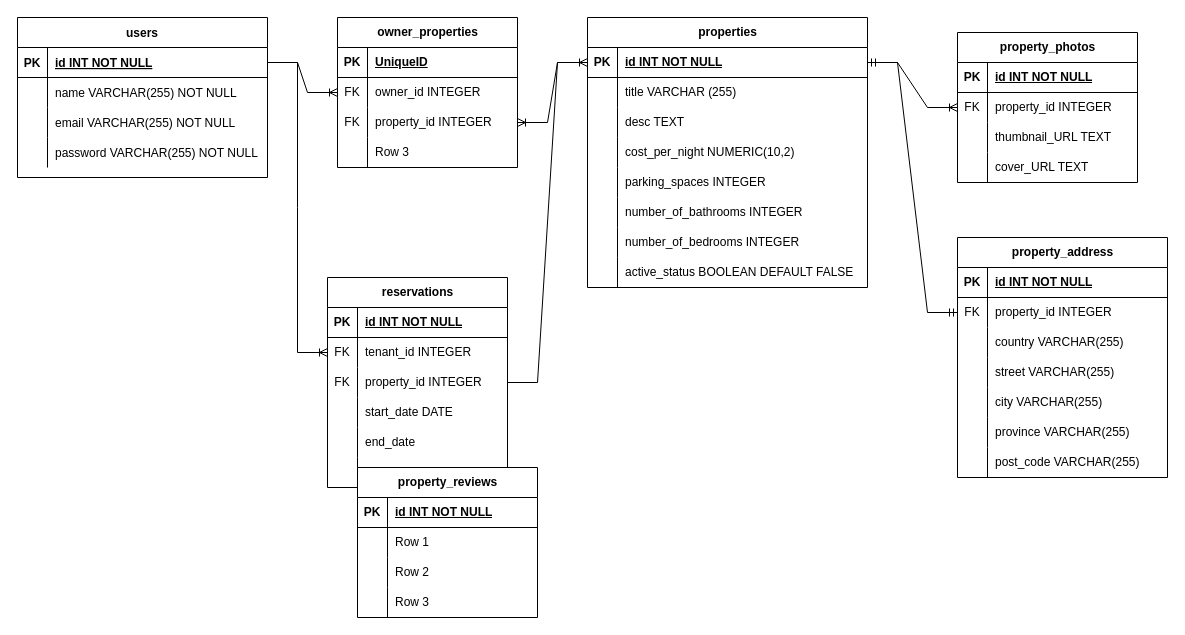
The draw.io diagram lighthouse_data_structure.drawio in Jason-Wall/lightbnb, before the edit. Source tidied: cells renumbered, new cells numbered last; positions are measured from the earlier drawing's top-left corner, leaving out a move shared by most shapes. Both pictures are drawn from the tidied source at 100%, with x=0, y=0 at pixel (17, 17).
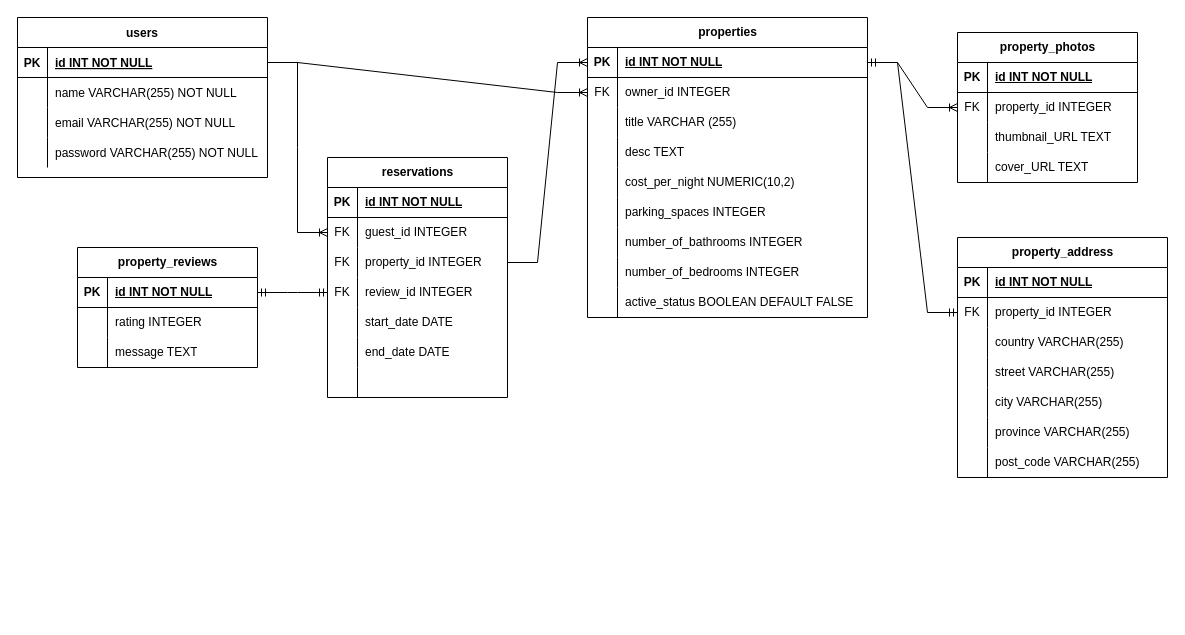
Above is the later version.

Commit message:
complete first draft

Unchanged cells that the change refers to:
```xml
<mxCell id="3" style="shape=partialRectangle;fillColor=none;points=[[0,0.5],[1,0.5]];portConstraint=eastwest;top=0;left=0;right=0;bottom=1;" parent="2" vertex="1">
  <mxGeometry y="30" width="250" height="30" as="geometry" />
</mxCell>
<mxCell id="16" style="shape=tableRow;horizontal=0;startSize=0;swimlaneHead=0;swimlaneBody=0;fillColor=none;points=[[0,0.5],[1,0.5]];portConstraint=eastwest;top=0;left=0;right=0;bottom=1;" parent="15" vertex="1">
  <mxGeometry y="30" width="280" height="30" as="geometry" />
</mxCell>
<mxCell id="44" style="shape=tableRow;horizontal=0;startSize=0;swimlaneHead=0;swimlaneBody=0;fillColor=none;points=[[0,0.5],[1,0.5]];portConstraint=eastwest;top=0;left=0;right=0;bottom=0;" parent="40" vertex="1">
  <mxGeometry y="60" width="180" height="30" as="geometry" />
</mxCell>
<mxCell id="60" style="shape=tableRow;horizontal=0;startSize=0;swimlaneHead=0;swimlaneBody=0;fillColor=none;points=[[0,0.5],[1,0.5]];portConstraint=eastwest;top=0;left=0;right=0;bottom=1;" parent="59" vertex="1">
  <mxGeometry y="30" width="180" height="30" as="geometry" />
</mxCell>
<mxCell id="63" style="shape=tableRow;horizontal=0;startSize=0;swimlaneHead=0;swimlaneBody=0;fillColor=none;top=0;left=0;right=0;bottom=0;" parent="59" vertex="1">
  <mxGeometry y="60" width="180" height="30" as="geometry" />
</mxCell>
<mxCell id="66" style="shape=tableRow;horizontal=0;startSize=0;swimlaneHead=0;swimlaneBody=0;fillColor=none;top=0;left=0;right=0;bottom=0;" parent="59" vertex="1">
  <mxGeometry y="90" width="180" height="30" as="geometry" />
</mxCell>
```

Diff of the diagram source:
```diff
@@
     <mxCell id="15" value="properties" style="shape=table;startSize=30;childLayout=tableLayout;rowLines=0;fontStyle=1;align=center;html=1;" parent="1" vertex="1">
-      <mxGeometry x="570" width="280" height="270" as="geometry" />
+      <mxGeometry x="570" width="280" height="300" as="geometry" />
     </mxCell>
@@
+    <mxCell id="126" style="shape=tableRow;horizontal=0;startSize=0;swimlaneHead=0;swimlaneBody=0;fillColor=none;points=[[0,0.5],[1,0.5]];portConstraint=eastwest;top=0;left=0;right=0;bottom=0;" parent="15" vertex="1">
+      <mxGeometry y="60" width="280" height="30" as="geometry" />
+    </mxCell>
+    <mxCell id="127" value="FK" style="shape=partialRectangle;fillColor=none;top=0;left=0;bottom=0;right=0;overflow=hidden;whiteSpace=wrap;html=1;" parent="126" vertex="1">
+      <mxGeometry width="30" height="30" as="geometry" />
+    </mxCell>
+    <mxCell id="115" value="owner_id INTEGER" style="shape=partialRectangle;fillColor=none;top=0;left=0;bottom=0;right=0;align=left;spacingLeft=6;overflow=hidden;whiteSpace=wrap;html=1;" parent="126" vertex="1">
+      <mxGeometry x="30" width="250" height="30" as="geometry" />
+    </mxCell>
     <mxCell id="19" style="shape=tableRow;horizontal=0;startSize=0;swimlaneHead=0;swimlaneBody=0;fillColor=none;top=0;left=0;right=0;bottom=0;" parent="15" vertex="1">
-      <mxGeometry y="60" width="280" height="30" as="geometry" />
+      <mxGeometry y="90" width="280" height="30" as="geometry" />
     </mxCell>
@@
     <mxCell id="22" style="shape=tableRow;horizontal=0;startSize=0;swimlaneHead=0;swimlaneBody=0;fillColor=none;top=0;left=0;right=0;bottom=0;" parent="15" vertex="1">
-      <mxGeometry y="90" width="280" height="30" as="geometry" />
+      <mxGeometry y="120" width="280" height="30" as="geometry" />
     </mxCell>
@@
     <mxCell id="25" style="shape=tableRow;horizontal=0;startSize=0;swimlaneHead=0;swimlaneBody=0;fillColor=none;top=0;left=0;right=0;bottom=0;" parent="15" vertex="1">
-      <mxGeometry y="120" width="280" height="30" as="geometry" />
+      <mxGeometry y="150" width="280" height="30" as="geometry" />
     </mxCell>
@@
     <mxCell id="28" style="shape=tableRow;horizontal=0;startSize=0;swimlaneHead=0;swimlaneBody=0;fillColor=none;top=0;left=0;right=0;bottom=0;" parent="15" vertex="1">
-      <mxGeometry y="150" width="280" height="30" as="geometry" />
+      <mxGeometry y="180" width="280" height="30" as="geometry" />
     </mxCell>
@@
     <mxCell id="31" style="shape=tableRow;horizontal=0;startSize=0;swimlaneHead=0;swimlaneBody=0;fillColor=none;top=0;left=0;right=0;bottom=0;" parent="15" vertex="1">
-      <mxGeometry y="180" width="280" height="30" as="geometry" />
+      <mxGeometry y="210" width="280" height="30" as="geometry" />
     </mxCell>
@@
     <mxCell id="34" style="shape=tableRow;horizontal=0;startSize=0;swimlaneHead=0;swimlaneBody=0;fillColor=none;top=0;left=0;right=0;bottom=0;" parent="15" vertex="1">
-      <mxGeometry y="210" width="280" height="30" as="geometry" />
+      <mxGeometry y="240" width="280" height="30" as="geometry" />
     </mxCell>
@@
     <mxCell id="37" style="shape=tableRow;horizontal=0;startSize=0;swimlaneHead=0;swimlaneBody=0;fillColor=none;top=0;left=0;right=0;bottom=0;" parent="15" vertex="1">
-      <mxGeometry y="240" width="280" height="30" as="geometry" />
+      <mxGeometry y="270" width="280" height="30" as="geometry" />
     </mxCell>
@@
     <mxCell id="40" value="reservations" style="shape=table;startSize=30;childLayout=tableLayout;rowLines=0;fontStyle=1;align=center;html=1;" parent="1" vertex="1">
-      <mxGeometry x="310" y="260" width="180" height="210" as="geometry" />
+      <mxGeometry x="310" y="140" width="180" height="240" as="geometry" />
     </mxCell>
@@
-    <mxCell id="46" value="tenant_id INTEGER" style="shape=partialRectangle;fillColor=none;top=0;left=0;bottom=0;right=0;align=left;spacingLeft=6;overflow=hidden;whiteSpace=wrap;html=1;" parent="44" vertex="1">
+    <mxCell id="46" value="guest_id INTEGER" style="shape=partialRectangle;fillColor=none;top=0;left=0;bottom=0;right=0;align=left;spacingLeft=6;overflow=hidden;whiteSpace=wrap;html=1;" parent="44" vertex="1">
       <mxGeometry x="30" width="150" height="30" as="geometry" />
     </mxCell>
@@
+    <mxCell id="128" style="shape=tableRow;horizontal=0;startSize=0;swimlaneHead=0;swimlaneBody=0;fillColor=none;points=[[0,0.5],[1,0.5]];portConstraint=eastwest;top=0;left=0;right=0;bottom=0;" parent="40" vertex="1">
+      <mxGeometry y="120" width="180" height="30" as="geometry" />
+    </mxCell>
+    <mxCell id="129" value="FK" style="shape=partialRectangle;fillColor=none;top=0;left=0;bottom=0;right=0;overflow=hidden;whiteSpace=wrap;html=1;" parent="128" vertex="1">
+      <mxGeometry width="30" height="30" as="geometry" />
+    </mxCell>
+    <mxCell id="130" value="review_id INTEGER" style="shape=partialRectangle;fillColor=none;top=0;left=0;bottom=0;right=0;align=left;spacingLeft=6;overflow=hidden;whiteSpace=wrap;html=1;" parent="128" vertex="1">
+      <mxGeometry x="30" width="150" height="30" as="geometry" />
+    </mxCell>
     <mxCell id="50" style="shape=tableRow;horizontal=0;startSize=0;swimlaneHead=0;swimlaneBody=0;fillColor=none;top=0;left=0;right=0;bottom=0;" parent="40" vertex="1">
-      <mxGeometry y="120" width="180" height="30" as="geometry" />
+      <mxGeometry y="150" width="180" height="30" as="geometry" />
     </mxCell>
@@
     <mxCell id="53" style="shape=tableRow;horizontal=0;startSize=0;swimlaneHead=0;swimlaneBody=0;fillColor=none;top=0;left=0;right=0;bottom=0;" parent="40" vertex="1">
-      <mxGeometry y="150" width="180" height="30" as="geometry" />
+      <mxGeometry y="180" width="180" height="30" as="geometry" />
     </mxCell>
@@
-    <mxCell id="55" value="end_date" style="shape=partialRectangle;fillColor=none;top=0;left=0;bottom=0;right=0;align=left;spacingLeft=6;overflow=hidden;whiteSpace=wrap;html=1;" parent="53" vertex="1">
+    <mxCell id="55" value="end_date DATE" style="shape=partialRectangle;fillColor=none;top=0;left=0;bottom=0;right=0;align=left;spacingLeft=6;overflow=hidden;whiteSpace=wrap;html=1;" parent="53" vertex="1">
       <mxGeometry x="30" width="150" height="30" as="geometry" />
     </mxCell>
     <mxCell id="56" style="shape=tableRow;horizontal=0;startSize=0;swimlaneHead=0;swimlaneBody=0;fillColor=none;top=0;left=0;right=0;bottom=0;" parent="40" vertex="1">
-      <mxGeometry y="180" width="180" height="30" as="geometry" />
+      <mxGeometry y="210" width="180" height="30" as="geometry" />
     </mxCell>
@@
     <mxCell id="59" value="property_reviews" style="shape=table;startSize=30;childLayout=tableLayout;rowLines=0;fontStyle=1;align=center;html=1;" parent="1" vertex="1">
-      <mxGeometry x="340" y="450" width="180" height="150" as="geometry" />
+      <mxGeometry x="60" y="230" width="180" height="120" as="geometry" />
     </mxCell>
@@
-    <mxCell id="65" value="Row 1" style="shape=partialRectangle;fillColor=none;top=0;left=0;bottom=0;right=0;align=left;spacingLeft=6;overflow=hidden;whiteSpace=wrap;html=1;" parent="63" vertex="1">
+    <mxCell id="65" value="rating INTEGER" style="shape=partialRectangle;fillColor=none;top=0;left=0;bottom=0;right=0;align=left;spacingLeft=6;overflow=hidden;whiteSpace=wrap;html=1;" parent="63" vertex="1">
       <mxGeometry x="30" width="150" height="30" as="geometry" />
     </mxCell>
@@
-    <mxCell id="68" value="Row 2" style="shape=partialRectangle;fillColor=none;top=0;left=0;bottom=0;right=0;align=left;spacingLeft=6;overflow=hidden;whiteSpace=wrap;html=1;" parent="66" vertex="1">
+    <mxCell id="68" value="message TEXT" style="shape=partialRectangle;fillColor=none;top=0;left=0;bottom=0;right=0;align=left;spacingLeft=6;overflow=hidden;whiteSpace=wrap;html=1;" parent="66" vertex="1">
       <mxGeometry x="30" width="150" height="30" as="geometry" />
     </mxCell>
-    <mxCell id="69" style="shape=tableRow;horizontal=0;startSize=0;swimlaneHead=0;swimlaneBody=0;fillColor=none;top=0;left=0;right=0;bottom=0;" parent="59" vertex="1">
-      <mxGeometry y="120" width="180" height="30" as="geometry" />
-    </mxCell>
-    <mxCell id="70" style="shape=partialRectangle;fillColor=none;top=0;left=0;bottom=0;right=0;overflow=hidden;whiteSpace=wrap;html=1;" parent="69" vertex="1">
-      <mxGeometry width="30" height="30" as="geometry" />
-    </mxCell>
-    <mxCell id="71" value="Row 3" style="shape=partialRectangle;fillColor=none;top=0;left=0;bottom=0;right=0;align=left;spacingLeft=6;overflow=hidden;whiteSpace=wrap;html=1;" parent="69" vertex="1">
-      <mxGeometry x="30" width="150" height="30" as="geometry" />
-    </mxCell>
@@
-    <mxCell id="109" value="owner_properties" style="shape=table;startSize=30;childLayout=tableLayout;rowLines=0;fontStyle=1;align=center;html=1;" parent="1" vertex="1">
-      <mxGeometry x="320" width="180" height="150" as="geometry" />
-    </mxCell>
-    <mxCell id="110" style="shape=tableRow;horizontal=0;startSize=0;swimlaneHead=0;swimlaneBody=0;fillColor=none;top=0;left=0;right=0;bottom=1;" parent="109" vertex="1">
-      <mxGeometry y="30" width="180" height="30" as="geometry" />
-    </mxCell>
-    <mxCell id="111" value="PK" style="shape=partialRectangle;fillColor=none;top=0;left=0;bottom=0;right=0;fontStyle=1;overflow=hidden;whiteSpace=wrap;html=1;" parent="110" vertex="1">
-      <mxGeometry width="30" height="30" as="geometry" />
-    </mxCell>
-    <mxCell id="112" value="UniqueID" style="shape=partialRectangle;fillColor=none;top=0;left=0;bottom=0;right=0;align=left;spacingLeft=6;fontStyle=5;overflow=hidden;whiteSpace=wrap;html=1;" parent="110" vertex="1">
-      <mxGeometry x="30" width="150" height="30" as="geometry" />
-    </mxCell>
-    <mxCell id="113" style="shape=tableRow;horizontal=0;startSize=0;swimlaneHead=0;swimlaneBody=0;fillColor=none;points=[[0,0.5],[1,0.5]];portConstraint=eastwest;top=0;left=0;right=0;bottom=0;" parent="109" vertex="1">
-      <mxGeometry y="60" width="180" height="30" as="geometry" />
-    </mxCell>
-    <mxCell id="114" value="FK" style="shape=partialRectangle;fillColor=none;top=0;left=0;bottom=0;right=0;overflow=hidden;whiteSpace=wrap;html=1;" parent="113" vertex="1">
-      <mxGeometry width="30" height="30" as="geometry" />
-    </mxCell>
-    <mxCell id="115" value="owner_id INTEGER" style="shape=partialRectangle;fillColor=none;top=0;left=0;bottom=0;right=0;align=left;spacingLeft=6;overflow=hidden;whiteSpace=wrap;html=1;" parent="113" vertex="1">
-      <mxGeometry x="30" width="150" height="30" as="geometry" />
-    </mxCell>
-    <mxCell id="116" style="shape=tableRow;horizontal=0;startSize=0;swimlaneHead=0;swimlaneBody=0;fillColor=none;points=[[0,0.5],[1,0.5]];portConstraint=eastwest;top=0;left=0;right=0;bottom=0;" parent="109" vertex="1">
-      <mxGeometry y="90" width="180" height="30" as="geometry" />
-    </mxCell>
-    <mxCell id="117" value="FK" style="shape=partialRectangle;fillColor=none;top=0;left=0;bottom=0;right=0;overflow=hidden;whiteSpace=wrap;html=1;" parent="116" vertex="1">
-      <mxGeometry width="30" height="30" as="geometry" />
-    </mxCell>
-    <mxCell id="118" value="property_id INTEGER" style="shape=partialRectangle;fillColor=none;top=0;left=0;bottom=0;right=0;align=left;spacingLeft=6;overflow=hidden;whiteSpace=wrap;html=1;" parent="116" vertex="1">
-      <mxGeometry x="30" width="150" height="30" as="geometry" />
-    </mxCell>
-    <mxCell id="119" style="shape=tableRow;horizontal=0;startSize=0;swimlaneHead=0;swimlaneBody=0;fillColor=none;top=0;left=0;right=0;bottom=0;" parent="109" vertex="1">
-      <mxGeometry y="120" width="180" height="30" as="geometry" />
-    </mxCell>
-    <mxCell id="120" style="shape=partialRectangle;fillColor=none;top=0;left=0;bottom=0;right=0;overflow=hidden;whiteSpace=wrap;html=1;" parent="119" vertex="1">
-      <mxGeometry width="30" height="30" as="geometry" />
-    </mxCell>
-    <mxCell id="121" value="Row 3" style="shape=partialRectangle;fillColor=none;top=0;left=0;bottom=0;right=0;align=left;spacingLeft=6;overflow=hidden;whiteSpace=wrap;html=1;" parent="119" vertex="1">
-      <mxGeometry x="30" width="150" height="30" as="geometry" />
-    </mxCell>
-    <mxCell id="122" style="edgeStyle=entityRelationEdgeStyle;fontSize=12;html=1;endArrow=ERoneToMany;rounded=0;exitX=1;exitY=0.5;exitDx=0;exitDy=0;entryX=0;entryY=0.5;entryDx=0;entryDy=0;" parent="1" edge="1" source="3" target="113">
+    <mxCell id="122" style="edgeStyle=entityRelationEdgeStyle;fontSize=12;html=1;endArrow=ERoneToMany;rounded=0;exitX=1;exitY=0.5;exitDx=0;exitDy=0;entryX=0;entryY=0.5;entryDx=0;entryDy=0;" parent="1" edge="1" source="3" target="126">
       <mxGeometry relative="1" as="geometry" />
     </mxCell>
-    <mxCell id="123" style="edgeStyle=entityRelationEdgeStyle;fontSize=12;html=1;endArrow=ERoneToMany;rounded=0;exitX=0;exitY=0.5;exitDx=0;exitDy=0;entryX=1;entryY=0.5;entryDx=0;entryDy=0;" parent="1" edge="1" source="16" target="116">
-      <mxGeometry relative="1" as="geometry" />
-    </mxCell>
@@
+    <mxCell id="131" style="edgeStyle=entityRelationEdgeStyle;fontSize=12;html=1;endArrow=ERmandOne;startArrow=ERmandOne;rounded=0;entryX=0;entryY=0.5;entryDx=0;entryDy=0;exitX=1;exitY=0.5;exitDx=0;exitDy=0;" parent="1" edge="1" source="60" target="128">
+      <mxGeometry relative="1" as="geometry" />
+    </mxCell>
```
